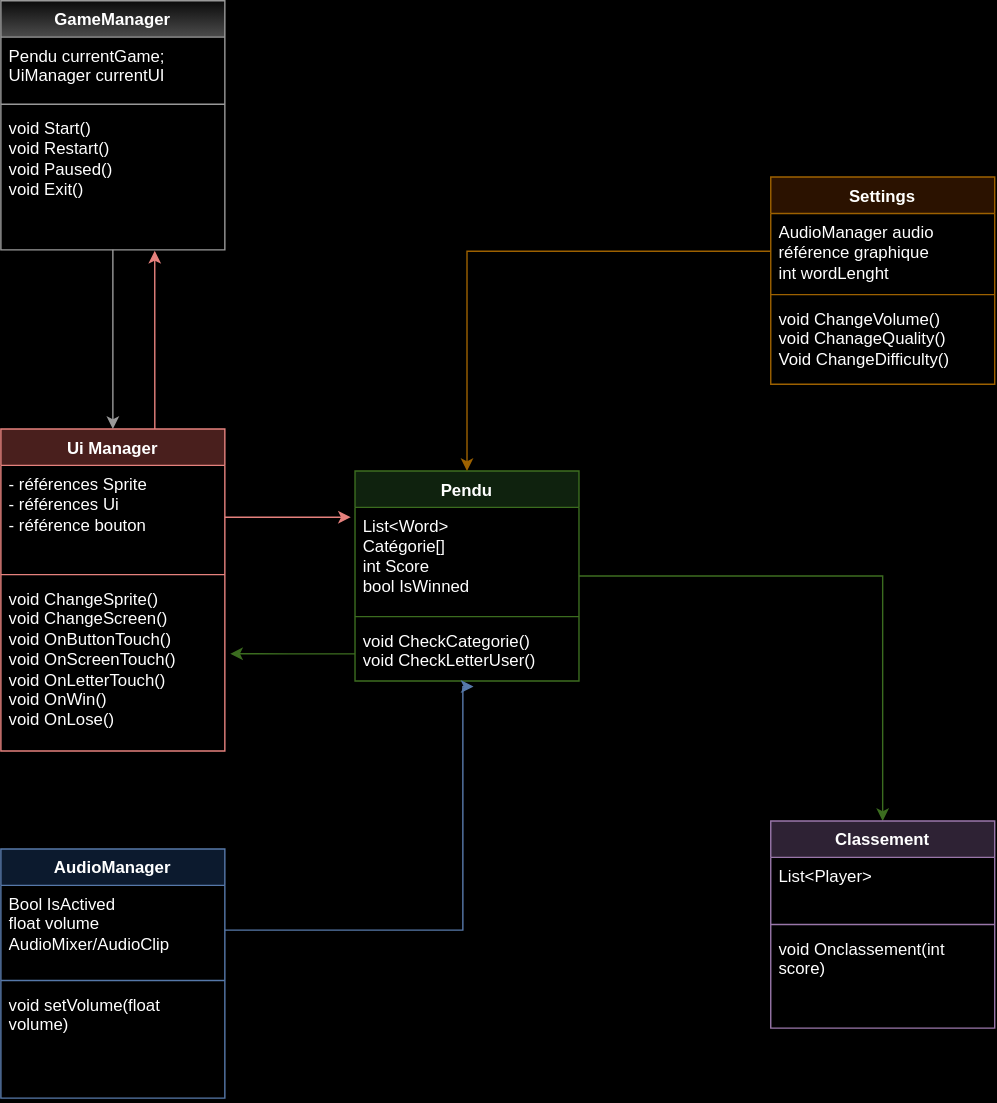
Earlier version of the draw.io export Projet3.drawio.svg (Ashura100/Projet3). Source tidied: cells renumbered, new cells last; positions are measured from the earlier drawing's top-left corner, leaving out a move shared by most shapes.
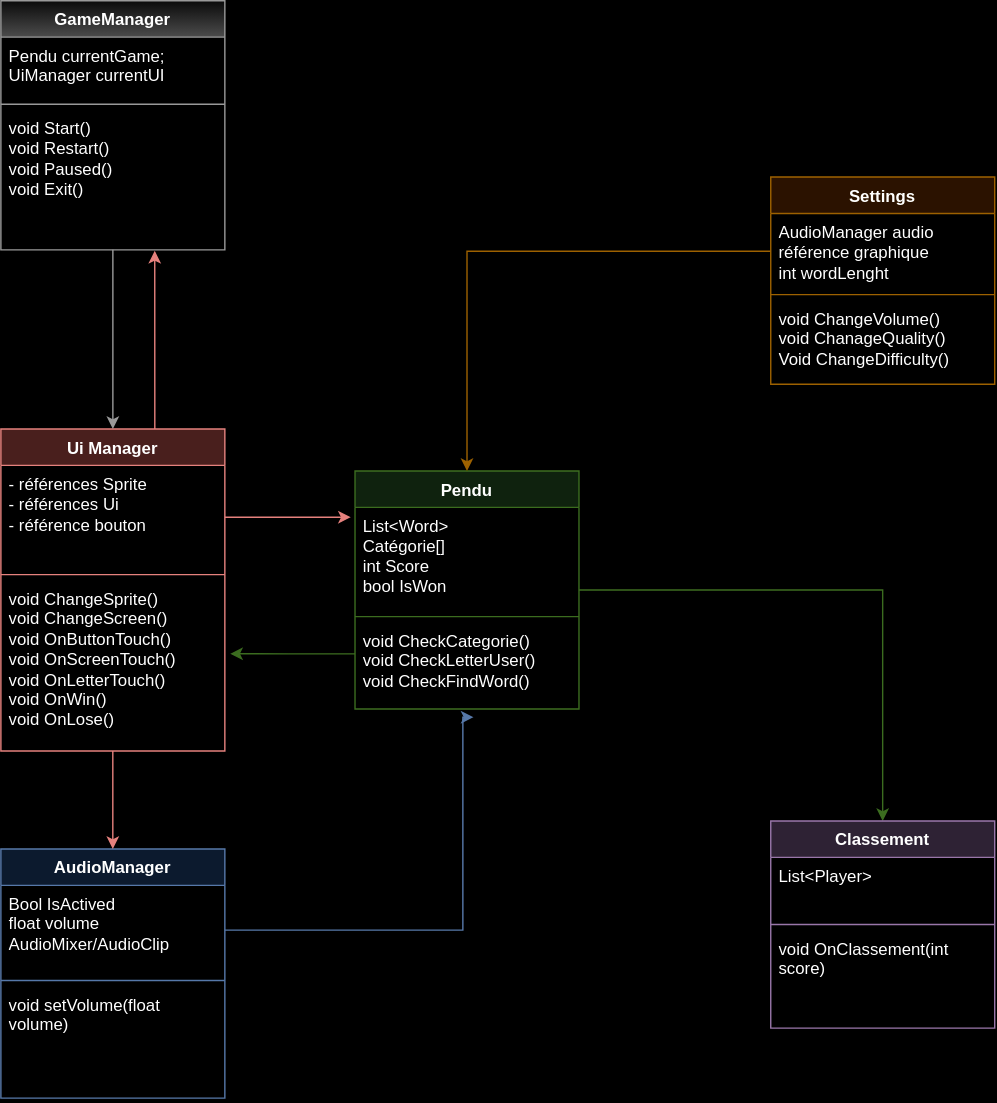
Above is the later version.

The edit, as a diff of the source:
```diff
@@ -26,16 +26,16 @@
       <mxGeometry relative="1" as="geometry" />
     </mxCell>
     <mxCell id="8" value="Pendu" style="swimlane;fontStyle=1;align=center;verticalAlign=top;horizontal=1;startSize=26;whiteSpace=wrap;html=1;fillColor=#d5e8d4;strokeColor=#82b366;" parent="1" vertex="1">
-      <mxGeometry x="253" y="336" width="160" height="150" as="geometry" />
+      <mxGeometry x="253" y="336" width="160" height="170" as="geometry" />
     </mxCell>
-    <mxCell id="9" value="List&amp;lt;Word&amp;gt;&lt;div&gt;Catégorie[]&lt;/div&gt;&lt;div&gt;int Score&lt;/div&gt;&lt;div&gt;bool IsWinned&lt;/div&gt;" style="text;strokeColor=none;fillColor=none;align=left;verticalAlign=top;spacingLeft=4;spacingRight=4;overflow=hidden;points=[[0,0.5],[1,0.5]];portConstraint=eastwest;whiteSpace=wrap;html=1;" parent="8" vertex="1">
+    <mxCell id="9" value="List&amp;lt;Word&amp;gt;&lt;div&gt;Catégorie[]&lt;/div&gt;&lt;div&gt;int Score&lt;/div&gt;&lt;div&gt;bool IsWon&lt;/div&gt;" style="text;strokeColor=none;fillColor=none;align=left;verticalAlign=top;spacingLeft=4;spacingRight=4;overflow=hidden;points=[[0,0.5],[1,0.5]];portConstraint=eastwest;whiteSpace=wrap;html=1;" parent="8" vertex="1">
       <mxGeometry y="26" width="160" height="74" as="geometry" />
     </mxCell>
     <mxCell id="10" style="line;strokeWidth=1;fillColor=none;align=left;verticalAlign=middle;spacingTop=-1;spacingLeft=3;spacingRight=3;labelPosition=right;strokeColor=inherit;" parent="8" vertex="1">
       <mxGeometry y="100" width="160" height="8" as="geometry" />
     </mxCell>
-    <mxCell id="11" value="void CheckCategorie()&lt;div&gt;void CheckLetterUser()&lt;/div&gt;" style="text;strokeColor=none;fillColor=none;align=left;verticalAlign=top;spacingLeft=4;spacingRight=4;overflow=hidden;points=[[0,0.5],[1,0.5]];portConstraint=eastwest;whiteSpace=wrap;html=1;" parent="8" vertex="1">
-      <mxGeometry y="108" width="160" height="42" as="geometry" />
+    <mxCell id="11" value="void CheckCategorie()&lt;div&gt;void CheckLetterUser()&lt;/div&gt;&lt;div&gt;void CheckFindWord()&lt;/div&gt;" style="text;strokeColor=none;fillColor=none;align=left;verticalAlign=top;spacingLeft=4;spacingRight=4;overflow=hidden;points=[[0,0.5],[1,0.5]];portConstraint=eastwest;whiteSpace=wrap;html=1;" parent="8" vertex="1">
+      <mxGeometry y="108" width="160" height="62" as="geometry" />
     </mxCell>
     <mxCell id="12" style="edgeStyle=orthogonalEdgeStyle;rounded=0;jettySize=auto;html=1;fillColor=#f5f5f5;gradientColor=#b3b3b3;strokeColor=#666666;" parent="1" edge="1" source="13" target="3">
       <mxGeometry relative="1" as="geometry" />
@@ -73,7 +73,7 @@
     <mxCell id="23" style="line;strokeWidth=1;fillColor=none;align=left;verticalAlign=middle;spacingTop=-1;spacingLeft=3;spacingRight=3;labelPosition=right;strokeColor=inherit;" parent="21" vertex="1">
       <mxGeometry y="70" width="160" height="8" as="geometry" />
     </mxCell>
-    <mxCell id="24" value="void Onclassement(int score)" style="text;strokeColor=none;fillColor=none;align=left;verticalAlign=top;spacingLeft=4;spacingRight=4;overflow=hidden;whiteSpace=wrap;html=1;" parent="21" vertex="1">
+    <mxCell id="24" value="void OnClassement(int score)" style="text;strokeColor=none;fillColor=none;align=left;verticalAlign=top;spacingLeft=4;spacingRight=4;overflow=hidden;whiteSpace=wrap;html=1;" parent="21" vertex="1">
       <mxGeometry y="78" width="160" height="70" as="geometry" />
     </mxCell>
     <mxCell id="25" value="Settings" style="swimlane;fontStyle=1;align=center;verticalAlign=top;horizontal=1;startSize=26;whiteSpace=wrap;html=1;fillColor=#ffe6cc;strokeColor=#d79b00;" parent="1" vertex="1">
@@ -95,7 +95,7 @@
       <mxGeometry relative="1" as="geometry">
         <Array as="points">
           <mxPoint x="330" y="664" />
-          <mxPoint x="330" y="490" />
+          <mxPoint x="330" y="512" />
         </Array>
       </mxGeometry>
     </mxCell>
@@ -109,5 +109,13 @@
     <mxCell id="32" style="edgeStyle=orthogonalEdgeStyle;rounded=0;jettySize=auto;html=1;entryX=0.5;entryY=0;entryDx=0;entryDy=0;fillColor=#ffe6cc;strokeColor=#d79b00;" parent="1" edge="1" source="26" target="8">
       <mxGeometry relative="1" as="geometry" />
     </mxCell>
+    <mxCell id="33" style="edgeStyle=orthogonalEdgeStyle;rounded=0;jettySize=auto;html=1;fillColor=#f8cecc;strokeColor=#b85450;" parent="1" edge="1" source="6" target="17">
+      <mxGeometry relative="1" as="geometry">
+        <Array as="points">
+          <mxPoint x="80" y="546" />
+          <mxPoint x="80" y="546" />
+        </Array>
+      </mxGeometry>
+    </mxCell>
   </root>
 </mxGraphModel>
```
